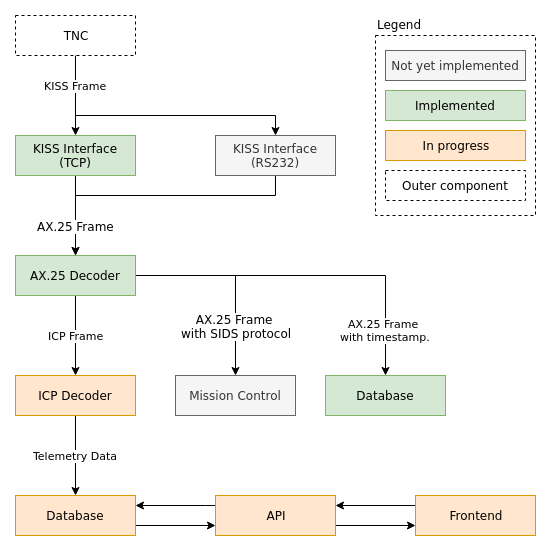
The draw.io diagram doc/images/data-flow-components.png in estcube/Telemetry-Forwarding-Client, before a commit. Source tidied: cells renumbered, new cells last; positions are measured from the earlier drawing's top-left corner, leaving out a move shared by most shapes.
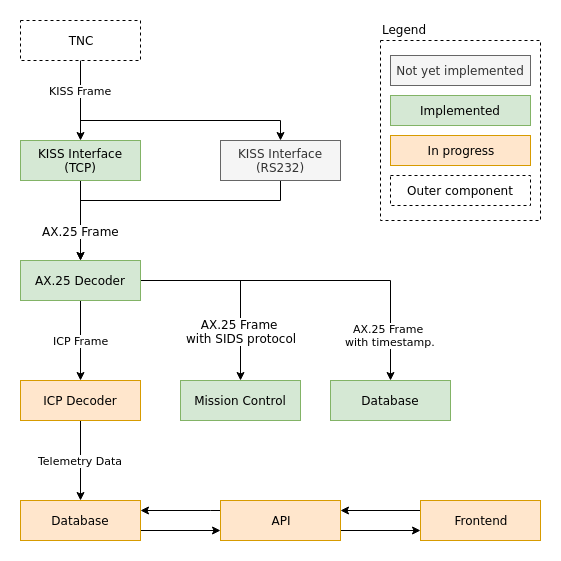
The same diagram one commit later.

Commit message:
Update data flow components diagram.

Diff of the diagram source:
```diff
@@ -46,7 +46,7 @@
     <mxCell id="12" value="AX.25 Decoder" style="rounded=0;whiteSpace=wrap;html=1;fillColor=#d5e8d4;strokeColor=#82b366;" parent="1" vertex="1">
       <mxGeometry y="240" width="120" height="40" as="geometry" />
     </mxCell>
-    <mxCell id="13" value="Mission Control" style="rounded=0;whiteSpace=wrap;html=1;fillColor=#f5f5f5;strokeColor=#666666;fontColor=#333333;" parent="1" vertex="1">
+    <mxCell id="13" value="Mission Control" style="rounded=0;whiteSpace=wrap;html=1;fillColor=#d5e8d4;strokeColor=#82b366;" parent="1" vertex="1">
       <mxGeometry x="160" y="360" width="120" height="40" as="geometry" />
     </mxCell>
     <mxCell id="14" value="Telemetry Data" style="edgeStyle=orthogonalEdgeStyle;rounded=0;jettySize=auto;html=1;" parent="1" edge="1" source="15" target="17">
```
